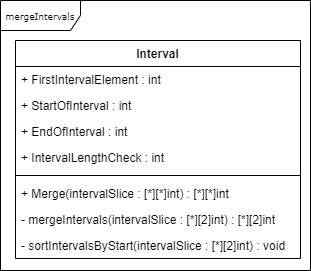
Above: mergingIntervals.png in UgurTheG/mergingIntervals (draw.io), before the change. Source tidied: cells renumbered, new cells last; positions are measured from the earlier drawing's top-left corner, leaving out a move shared by most shapes.
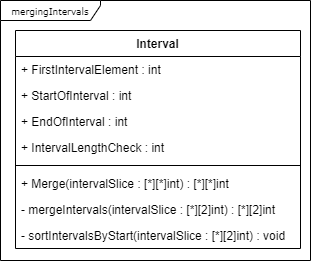
Later version of the same file.

Commit message:
typo in UML fixed

Diff of the diagram source:
```diff
@@ -2,8 +2,8 @@
   <root>
     <mxCell id="0" />
     <mxCell id="1" parent="0" />
-    <mxCell id="2" value="&lt;font style=&quot;font-size: 9px&quot;&gt;mergeIntervals&lt;/font&gt;" style="shape=umlFrame;whiteSpace=wrap;html=1;rounded=0;shadow=0;comic=0;labelBackgroundColor=none;strokeWidth=1;fontFamily=Verdana;fontSize=10;align=center;width=80;height=30;" parent="1" vertex="1">
-      <mxGeometry width="310" height="270" as="geometry" />
+    <mxCell id="2" value="&lt;font style=&quot;font-size: 9px&quot;&gt;mergingIntervals&lt;/font&gt;" style="shape=umlFrame;whiteSpace=wrap;html=1;rounded=0;shadow=0;comic=0;labelBackgroundColor=none;strokeWidth=1;fontFamily=Verdana;fontSize=10;align=center;width=100;height=20;" parent="1" vertex="1">
+      <mxGeometry y="10" width="310" height="260" as="geometry" />
     </mxCell>
     <mxCell id="3" value="Interval" style="swimlane;fontStyle=1;align=center;verticalAlign=top;horizontal=1;startSize=26;" parent="1" vertex="1">
       <mxGeometry x="15" y="40" width="285" height="218" as="geometry" />
```
